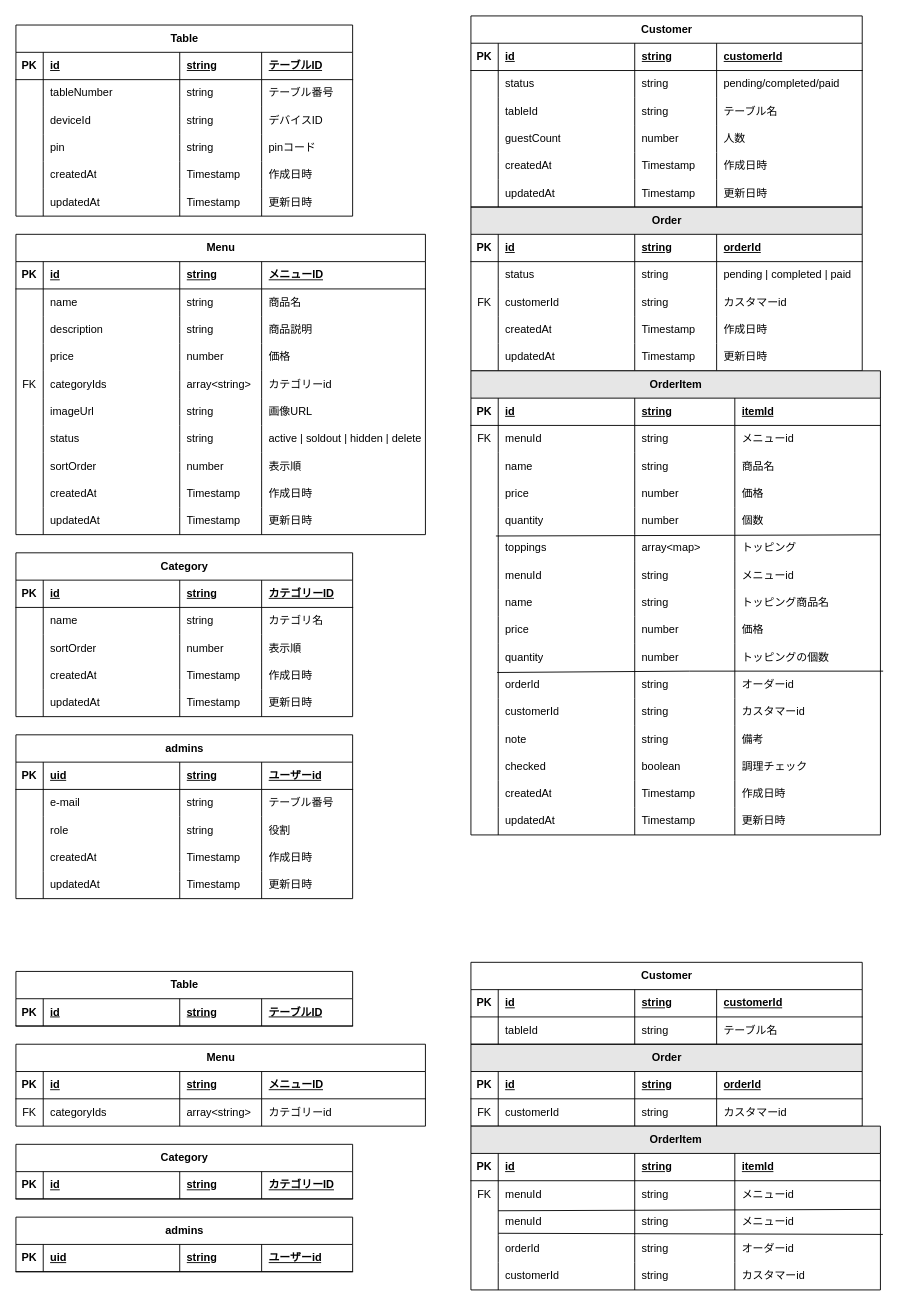
Earlier version of the draw.io diagram er.drawio (kitagawa-create/gonmura-food-app). Source tidied: cells renumbered, new cells numbered last; positions are measured from the earlier drawing's top-left corner, leaving out a move shared by most shapes. Both pictures are drawn from the tidied source at 91%, with x=0, y=0 at pixel (15, 15).
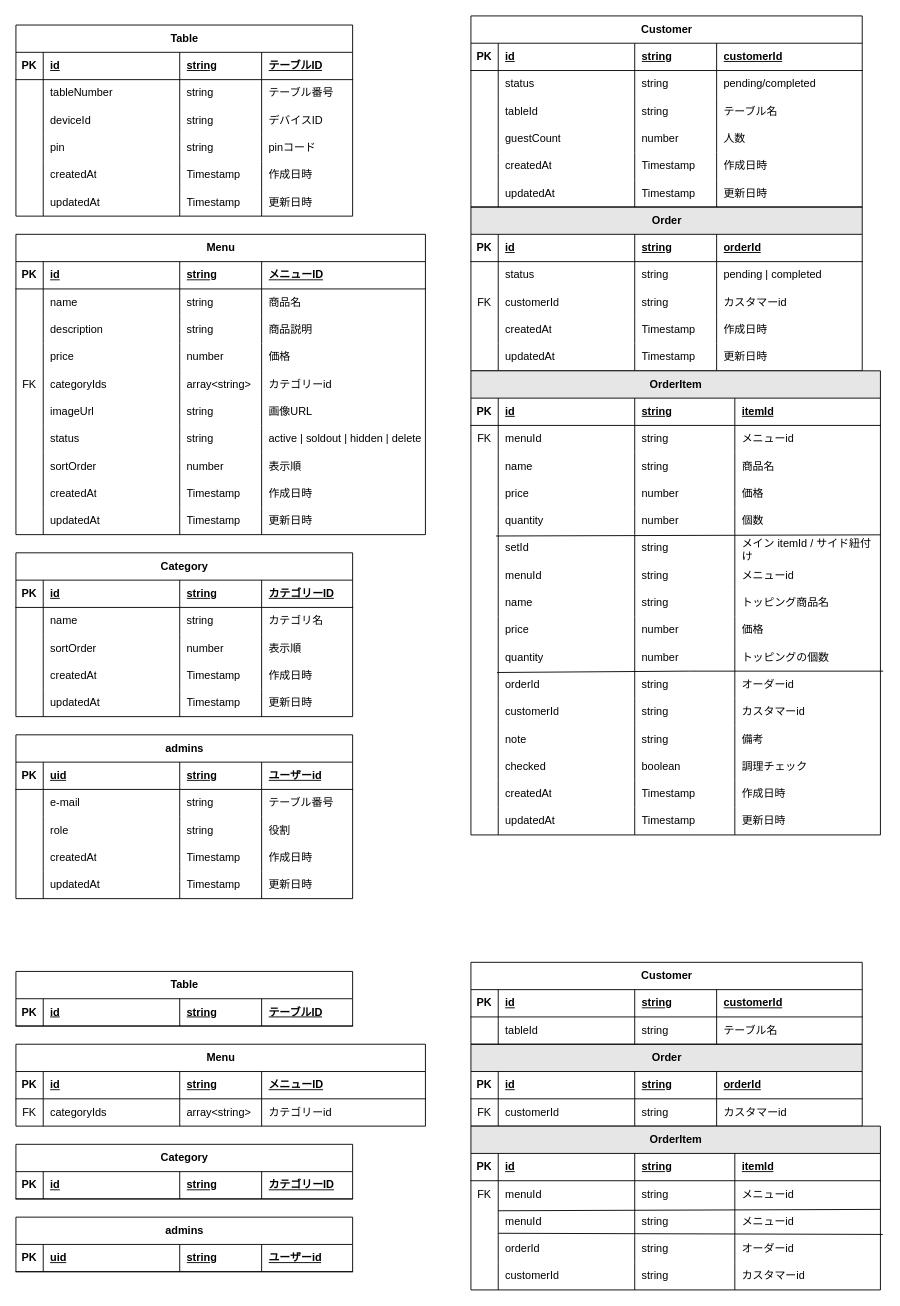
After the change.

Unchanged cells that the change refers to:
```xml
<mxCell id="116" style="shape=tableRow;horizontal=0;startSize=0;swimlaneHead=0;swimlaneBody=0;fillColor=none;top=0;left=0;right=0;bottom=0;" parent="110" vertex="1">
  <mxGeometry y="60" width="430" height="30" as="geometry" />
</mxCell>
<mxCell id="162" style="shape=tableRow;horizontal=0;startSize=0;swimlaneHead=0;swimlaneBody=0;fillColor=none;points=[[0,0.5],[1,0.5]];portConstraint=eastwest;top=0;left=0;right=0;bottom=0;" parent="136" vertex="1">
  <mxGeometry y="180" width="450" height="30" as="geometry" />
</mxCell>
<mxCell id="225" style="shape=tableRow;horizontal=0;startSize=0;swimlaneHead=0;swimlaneBody=0;fillColor=none;top=0;left=0;right=0;bottom=0;" parent="219" vertex="1">
  <mxGeometry y="60" width="430" height="30" as="geometry" />
</mxCell>
```

What changed in the source:
```diff
@@
-    <mxCell id="120" value="pending | completed | paid" style="shape=partialRectangle;fillColor=none;top=0;left=0;bottom=0;right=0;align=left;spacingLeft=6;overflow=hidden;whiteSpace=wrap;html=1;" parent="116" vertex="1">
+    <mxCell id="120" value="pending | completed" style="shape=partialRectangle;fillColor=none;top=0;left=0;bottom=0;right=0;align=left;spacingLeft=6;overflow=hidden;whiteSpace=wrap;html=1;" parent="116" vertex="1">
       <mxGeometry x="270" width="160" height="30" as="geometry" />
     </mxCell>
@@
-    <mxCell id="164" value="toppings" style="shape=partialRectangle;fillColor=none;top=0;left=0;bottom=0;right=0;align=left;spacingLeft=6;overflow=hidden;whiteSpace=wrap;html=1;" parent="162" vertex="1">
+    <mxCell id="164" value="setId" style="shape=partialRectangle;fillColor=none;top=0;left=0;bottom=0;right=0;align=left;spacingLeft=6;overflow=hidden;whiteSpace=wrap;html=1;" parent="162" vertex="1">
       <mxGeometry x="30" width="150" height="30" as="geometry" />
     </mxCell>
-    <mxCell id="165" value="array&amp;lt;map&amp;gt;" style="shape=partialRectangle;fillColor=none;top=0;left=0;bottom=0;right=0;align=left;spacingLeft=6;overflow=hidden;whiteSpace=wrap;html=1;" parent="162" vertex="1">
+    <mxCell id="165" value="string" style="shape=partialRectangle;fillColor=none;top=0;left=0;bottom=0;right=0;align=left;spacingLeft=6;overflow=hidden;whiteSpace=wrap;html=1;" parent="162" vertex="1">
       <mxGeometry x="180" width="110" height="30" as="geometry" />
     </mxCell>
-    <mxCell id="166" value="トッピング" style="shape=partialRectangle;fillColor=none;top=0;left=0;bottom=0;right=0;align=left;spacingLeft=6;overflow=hidden;whiteSpace=wrap;html=1;" parent="162" vertex="1">
+    <mxCell id="166" value="メイン itemId / サイド紐付け" style="shape=partialRectangle;fillColor=none;top=0;left=0;bottom=0;right=0;align=left;spacingLeft=6;overflow=hidden;whiteSpace=wrap;html=1;" parent="162" vertex="1">
       <mxGeometry x="290" width="160" height="30" as="geometry" />
     </mxCell>
@@
-    <mxCell id="229" value="pending/completed/paid" style="shape=partialRectangle;fillColor=none;top=0;left=0;bottom=0;right=0;align=left;spacingLeft=6;overflow=hidden;whiteSpace=wrap;html=1;" parent="225" vertex="1">
+    <mxCell id="229" value="pending/completed" style="shape=partialRectangle;fillColor=none;top=0;left=0;bottom=0;right=0;align=left;spacingLeft=6;overflow=hidden;whiteSpace=wrap;html=1;" parent="225" vertex="1">
       <mxGeometry x="270" width="160" height="30" as="geometry" />
     </mxCell>
```
